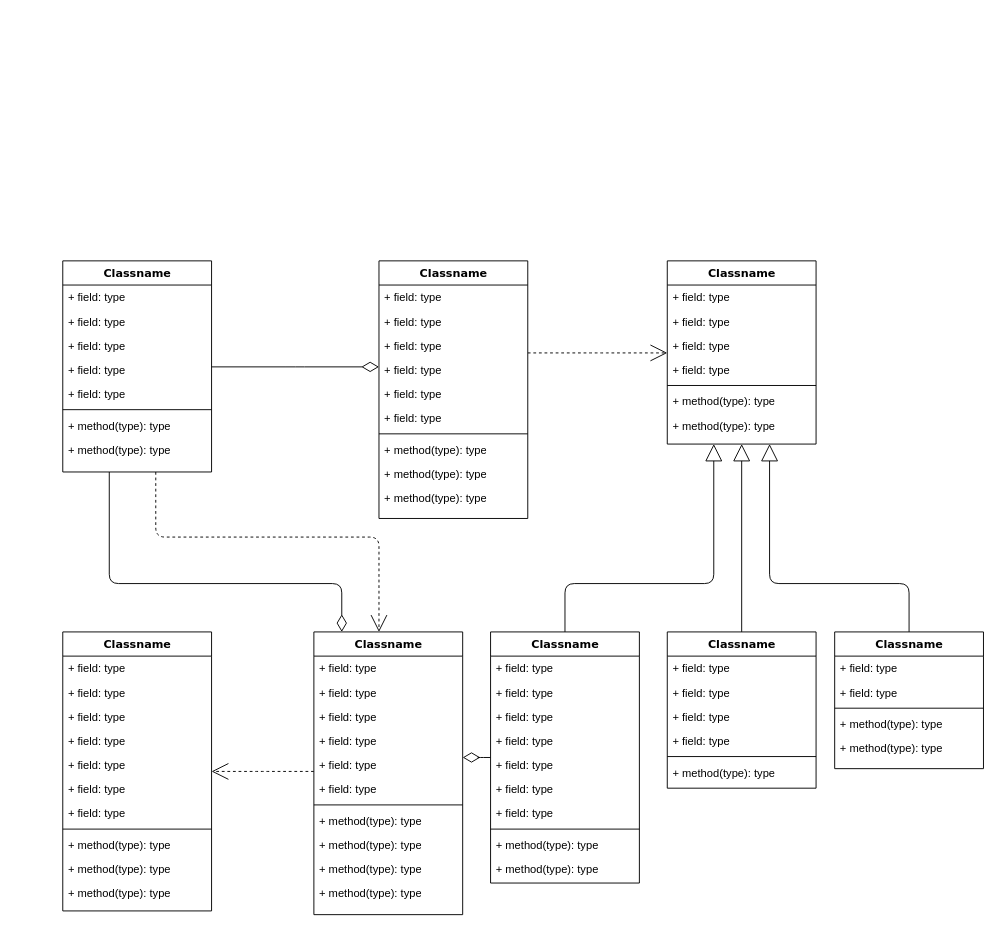
Earlier version of the draw.io diagram Untitled Diagram.drawio (komfysach/sachStudioTast). Source tidied: cells renumbered, new cells numbered last; positions are measured from the earlier drawing's top-left corner, leaving out a move shared by most shapes. Both pictures are drawn from the tidied source at 93%, with x=0, y=0 at pixel (62, 260).
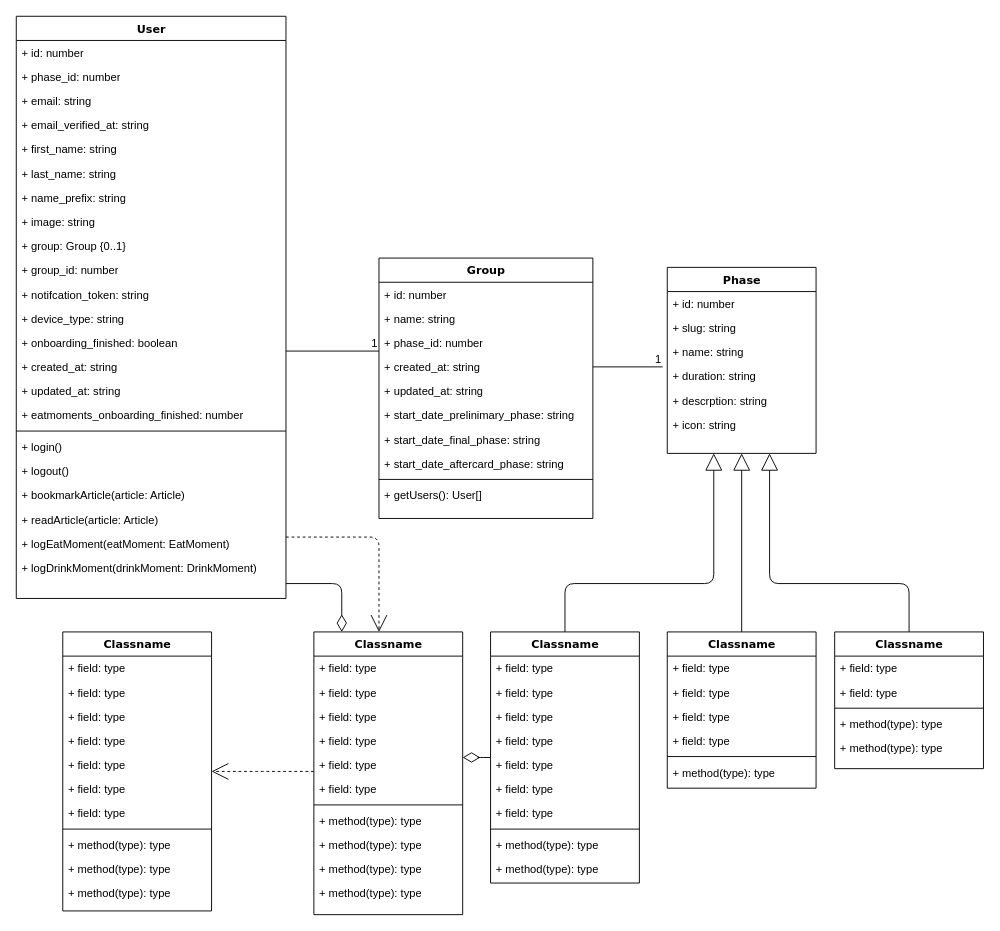
Above is the later version.

Commit message (it also covers changes not shown here):
Sachin_Lendis_UML_Class_Diagram

Diff of the diagram source:
```diff
@@
-    <mxCell id="4" value="Classname" style="swimlane;html=1;fontStyle=1;align=center;verticalAlign=top;horizontal=1;startSize=26;swimlaneFillColor=#ffffff;rounded=0;shadow=0;comic=0;labelBackgroundColor=none;strokeWidth=1;fillColor=none;fontFamily=Verdana;fontSize=12;" parent="1" vertex="1">
-      <mxGeometry width="160" height="227" as="geometry" />
+    <mxCell id="4" value="User" style="swimlane;html=1;fontStyle=1;align=center;verticalAlign=top;horizontal=1;startSize=26;swimlaneFillColor=#ffffff;rounded=0;shadow=0;comic=0;labelBackgroundColor=none;strokeWidth=1;fillColor=none;fontFamily=Verdana;fontSize=12;" parent="1" vertex="1">
+      <mxGeometry x="-50" y="-263" width="290" height="626" as="geometry" />
     </mxCell>
-    <mxCell id="5" value="+ field: type" style="text;html=1;strokeColor=none;fillColor=none;align=left;verticalAlign=top;spacingLeft=4;spacingRight=4;whiteSpace=wrap;overflow=hidden;" parent="4" vertex="1">
-      <mxGeometry y="26" width="160" height="26" as="geometry" />
+    <mxCell id="5" value="+ id: number" style="text;html=1;strokeColor=none;fillColor=none;align=left;verticalAlign=top;spacingLeft=4;spacingRight=4;whiteSpace=wrap;overflow=hidden;" parent="4" vertex="1">
+      <mxGeometry y="26" width="290" height="26" as="geometry" />
     </mxCell>
-    <mxCell id="6" value="+ field: type" style="text;html=1;strokeColor=none;fillColor=none;align=left;verticalAlign=top;spacingLeft=4;spacingRight=4;whiteSpace=wrap;overflow=hidden;" parent="4" vertex="1">
-      <mxGeometry y="52" width="160" height="26" as="geometry" />
+    <mxCell id="6" value="+ phase_id: number" style="text;html=1;strokeColor=none;fillColor=none;align=left;verticalAlign=top;spacingLeft=4;spacingRight=4;whiteSpace=wrap;overflow=hidden;" parent="4" vertex="1">
+      <mxGeometry y="52" width="290" height="26" as="geometry" />
     </mxCell>
-    <mxCell id="7" value="+ field: type" style="text;html=1;strokeColor=none;fillColor=none;align=left;verticalAlign=top;spacingLeft=4;spacingRight=4;whiteSpace=wrap;overflow=hidden;" parent="4" vertex="1">
-      <mxGeometry y="78" width="160" height="26" as="geometry" />
+    <mxCell id="7" value="+ email: string" style="text;html=1;strokeColor=none;fillColor=none;align=left;verticalAlign=top;spacingLeft=4;spacingRight=4;whiteSpace=wrap;overflow=hidden;" parent="4" vertex="1">
+      <mxGeometry y="78" width="290" height="26" as="geometry" />
     </mxCell>
-    <mxCell id="8" value="+ field: type" style="text;html=1;strokeColor=none;fillColor=none;align=left;verticalAlign=top;spacingLeft=4;spacingRight=4;whiteSpace=wrap;overflow=hidden;" parent="4" vertex="1">
-      <mxGeometry y="104" width="160" height="26" as="geometry" />
+    <mxCell id="8" value="+ email_verified_at: string" style="text;html=1;strokeColor=none;fillColor=none;align=left;verticalAlign=top;spacingLeft=4;spacingRight=4;whiteSpace=wrap;overflow=hidden;" parent="4" vertex="1">
+      <mxGeometry y="104" width="290" height="26" as="geometry" />
     </mxCell>
-    <mxCell id="9" value="+ field: type" style="text;html=1;strokeColor=none;fillColor=none;align=left;verticalAlign=top;spacingLeft=4;spacingRight=4;whiteSpace=wrap;overflow=hidden;" parent="4" vertex="1">
-      <mxGeometry y="130" width="160" height="26" as="geometry" />
+    <mxCell id="9" value="+ first_name: string" style="text;html=1;strokeColor=none;fillColor=none;align=left;verticalAlign=top;spacingLeft=4;spacingRight=4;whiteSpace=wrap;overflow=hidden;" parent="4" vertex="1">
+      <mxGeometry y="130" width="290" height="26" as="geometry" />
     </mxCell>
+    <mxCell id="87" value="+ last_name: string" style="text;html=1;strokeColor=none;fillColor=none;align=left;verticalAlign=top;spacingLeft=4;spacingRight=4;whiteSpace=wrap;overflow=hidden;" parent="4" vertex="1">
+      <mxGeometry y="156" width="290" height="26" as="geometry" />
+    </mxCell>
+    <mxCell id="88" value="+ name_prefix: string" style="text;html=1;strokeColor=none;fillColor=none;align=left;verticalAlign=top;spacingLeft=4;spacingRight=4;whiteSpace=wrap;overflow=hidden;" parent="4" vertex="1">
+      <mxGeometry y="182" width="290" height="26" as="geometry" />
+    </mxCell>
+    <mxCell id="89" value="+ image: string" style="text;html=1;strokeColor=none;fillColor=none;align=left;verticalAlign=top;spacingLeft=4;spacingRight=4;whiteSpace=wrap;overflow=hidden;" parent="4" vertex="1">
+      <mxGeometry y="208" width="290" height="26" as="geometry" />
+    </mxCell>
+    <mxCell id="90" value="+ group: Group {0..1}" style="text;html=1;strokeColor=none;fillColor=none;align=left;verticalAlign=top;spacingLeft=4;spacingRight=4;whiteSpace=wrap;overflow=hidden;" parent="4" vertex="1">
+      <mxGeometry y="234" width="290" height="26" as="geometry" />
+    </mxCell>
+    <mxCell id="91" value="+ group_id: number" style="text;html=1;strokeColor=none;fillColor=none;align=left;verticalAlign=top;spacingLeft=4;spacingRight=4;whiteSpace=wrap;overflow=hidden;" parent="4" vertex="1">
+      <mxGeometry y="260" width="290" height="26" as="geometry" />
+    </mxCell>
+    <mxCell id="92" value="+ notifcation_token: string" style="text;html=1;strokeColor=none;fillColor=none;align=left;verticalAlign=top;spacingLeft=4;spacingRight=4;whiteSpace=wrap;overflow=hidden;" parent="4" vertex="1">
+      <mxGeometry y="286" width="290" height="26" as="geometry" />
+    </mxCell>
+    <mxCell id="93" value="+ device_type: string" style="text;html=1;strokeColor=none;fillColor=none;align=left;verticalAlign=top;spacingLeft=4;spacingRight=4;whiteSpace=wrap;overflow=hidden;" parent="4" vertex="1">
+      <mxGeometry y="312" width="290" height="26" as="geometry" />
+    </mxCell>
+    <mxCell id="94" value="+ onboarding_finished: boolean" style="text;html=1;strokeColor=none;fillColor=none;align=left;verticalAlign=top;spacingLeft=4;spacingRight=4;whiteSpace=wrap;overflow=hidden;" parent="4" vertex="1">
+      <mxGeometry y="338" width="290" height="26" as="geometry" />
+    </mxCell>
+    <mxCell id="95" value="+ created_at: string" style="text;html=1;strokeColor=none;fillColor=none;align=left;verticalAlign=top;spacingLeft=4;spacingRight=4;whiteSpace=wrap;overflow=hidden;" parent="4" vertex="1">
+      <mxGeometry y="364" width="290" height="26" as="geometry" />
+    </mxCell>
+    <mxCell id="96" value="+ updated_at: string" style="text;html=1;strokeColor=none;fillColor=none;align=left;verticalAlign=top;spacingLeft=4;spacingRight=4;whiteSpace=wrap;overflow=hidden;" parent="4" vertex="1">
+      <mxGeometry y="390" width="290" height="26" as="geometry" />
+    </mxCell>
+    <mxCell id="97" value="+ eatmoments_onboarding_finished: number" style="text;html=1;strokeColor=none;fillColor=none;align=left;verticalAlign=top;spacingLeft=4;spacingRight=4;whiteSpace=wrap;overflow=hidden;" parent="4" vertex="1">
+      <mxGeometry y="416" width="290" height="26" as="geometry" />
+    </mxCell>
     <mxCell id="10" style="line;html=1;strokeWidth=1;fillColor=none;align=left;verticalAlign=middle;spacingTop=-1;spacingLeft=3;spacingRight=3;labelPosition=right;" parent="4" vertex="1">
-      <mxGeometry y="156" width="160" height="8" as="geometry" />
+      <mxGeometry y="442" width="290" height="8" as="geometry" />
     </mxCell>
+    <mxCell id="12" value="+ login()" style="text;html=1;strokeColor=none;fillColor=none;align=left;verticalAlign=top;spacingLeft=4;spacingRight=4;whiteSpace=wrap;overflow=hidden;" parent="4" vertex="1">
+      <mxGeometry y="450" width="290" height="26" as="geometry" />
+    </mxCell>
-    <mxCell id="11" value="+ method(type): type" style="text;html=1;strokeColor=none;fillColor=none;align=left;verticalAlign=top;spacingLeft=4;spacingRight=4;whiteSpace=wrap;overflow=hidden;" parent="4" vertex="1">
-      <mxGeometry y="164" width="160" height="26" as="geometry" />
+    <mxCell id="11" value="+ logout()" style="text;html=1;strokeColor=none;fillColor=none;align=left;verticalAlign=top;spacingLeft=4;spacingRight=4;whiteSpace=wrap;overflow=hidden;" parent="4" vertex="1">
+      <mxGeometry y="476" width="290" height="26" as="geometry" />
     </mxCell>
-    <mxCell id="12" value="+ method(type): type" style="text;html=1;strokeColor=none;fillColor=none;align=left;verticalAlign=top;spacingLeft=4;spacingRight=4;whiteSpace=wrap;overflow=hidden;" parent="4" vertex="1">
-      <mxGeometry y="190" width="160" height="26" as="geometry" />
-    </mxCell>
-    <mxCell id="13" style="edgeStyle=elbowEdgeStyle;html=1;labelBackgroundColor=none;startFill=0;startSize=8;endArrow=open;endFill=0;endSize=16;fontFamily=Verdana;fontSize=12;elbow=vertical;dashed=1;" parent="1" edge="1" source="14" target="25">
-      <mxGeometry relative="1" as="geometry" />
-    </mxCell>
+    <mxCell id="98" value="+ bookmarkArticle(article: Article)" style="text;html=1;strokeColor=none;fillColor=none;align=left;verticalAlign=top;spacingLeft=4;spacingRight=4;whiteSpace=wrap;overflow=hidden;" parent="4" vertex="1">
+      <mxGeometry y="502" width="290" height="26" as="geometry" />
+    </mxCell>
+    <mxCell id="99" value="+ readArticle(article: Article)" style="text;html=1;strokeColor=none;fillColor=none;align=left;verticalAlign=top;spacingLeft=4;spacingRight=4;whiteSpace=wrap;overflow=hidden;" parent="4" vertex="1">
+      <mxGeometry y="528" width="290" height="26" as="geometry" />
+    </mxCell>
+    <mxCell id="100" value="+ logEatMoment(eatMoment: EatMoment)" style="text;html=1;strokeColor=none;fillColor=none;align=left;verticalAlign=top;spacingLeft=4;spacingRight=4;whiteSpace=wrap;overflow=hidden;" parent="4" vertex="1">
+      <mxGeometry y="554" width="290" height="26" as="geometry" />
+    </mxCell>
+    <mxCell id="101" value="+ logDrinkMoment(drinkMoment: DrinkMoment)" style="text;html=1;strokeColor=none;fillColor=none;align=left;verticalAlign=top;spacingLeft=4;spacingRight=4;whiteSpace=wrap;overflow=hidden;" parent="4" vertex="1">
+      <mxGeometry y="580" width="290" height="26" as="geometry" />
+    </mxCell>
-    <mxCell id="14" value="Classname" style="swimlane;html=1;fontStyle=1;align=center;verticalAlign=top;horizontal=1;startSize=26;swimlaneFillColor=#ffffff;rounded=0;shadow=0;comic=0;labelBackgroundColor=none;strokeWidth=1;fillColor=none;fontFamily=Verdana;fontSize=12;" parent="1" vertex="1">
-      <mxGeometry x="340" width="160" height="277" as="geometry" />
+    <mxCell id="14" value="Group" style="swimlane;html=1;fontStyle=1;align=center;verticalAlign=top;horizontal=1;startSize=26;swimlaneFillColor=#ffffff;rounded=0;shadow=0;comic=0;labelBackgroundColor=none;strokeWidth=1;fillColor=none;fontFamily=Verdana;fontSize=12;strokeColor=default;swimlaneLine=1;" parent="1" vertex="1">
+      <mxGeometry x="340" y="-3" width="230" height="280" as="geometry" />
     </mxCell>
-    <mxCell id="15" value="+ field: type" style="text;html=1;strokeColor=none;fillColor=none;align=left;verticalAlign=top;spacingLeft=4;spacingRight=4;whiteSpace=wrap;overflow=hidden;" parent="14" vertex="1">
-      <mxGeometry y="26" width="160" height="26" as="geometry" />
+    <mxCell id="15" value="+ id: number" style="text;html=1;strokeColor=none;fillColor=none;align=left;verticalAlign=top;spacingLeft=4;spacingRight=4;whiteSpace=wrap;overflow=hidden;" parent="14" vertex="1">
+      <mxGeometry y="26" width="230" height="26" as="geometry" />
     </mxCell>
-    <mxCell id="16" value="+ field: type" style="text;html=1;strokeColor=none;fillColor=none;align=left;verticalAlign=top;spacingLeft=4;spacingRight=4;whiteSpace=wrap;overflow=hidden;" parent="14" vertex="1">
-      <mxGeometry y="52" width="160" height="26" as="geometry" />
+    <mxCell id="16" value="+ name: string" style="text;html=1;strokeColor=none;fillColor=none;align=left;verticalAlign=top;spacingLeft=4;spacingRight=4;whiteSpace=wrap;overflow=hidden;" parent="14" vertex="1">
+      <mxGeometry y="52" width="230" height="26" as="geometry" />
     </mxCell>
-    <mxCell id="17" value="+ field: type" style="text;html=1;strokeColor=none;fillColor=none;align=left;verticalAlign=top;spacingLeft=4;spacingRight=4;whiteSpace=wrap;overflow=hidden;" parent="14" vertex="1">
-      <mxGeometry y="78" width="160" height="26" as="geometry" />
+    <mxCell id="17" value="+ phase_id: number" style="text;html=1;strokeColor=none;fillColor=none;align=left;verticalAlign=top;spacingLeft=4;spacingRight=4;whiteSpace=wrap;overflow=hidden;" parent="14" vertex="1">
+      <mxGeometry y="78" width="230" height="26" as="geometry" />
     </mxCell>
-    <mxCell id="18" value="+ field: type" style="text;html=1;strokeColor=none;fillColor=none;align=left;verticalAlign=top;spacingLeft=4;spacingRight=4;whiteSpace=wrap;overflow=hidden;" parent="14" vertex="1">
-      <mxGeometry y="104" width="160" height="26" as="geometry" />
+    <mxCell id="18" value="+ created_at: string" style="text;html=1;strokeColor=none;fillColor=none;align=left;verticalAlign=top;spacingLeft=4;spacingRight=4;whiteSpace=wrap;overflow=hidden;" parent="14" vertex="1">
+      <mxGeometry y="104" width="230" height="26" as="geometry" />
     </mxCell>
-    <mxCell id="19" value="+ field: type" style="text;html=1;strokeColor=none;fillColor=none;align=left;verticalAlign=top;spacingLeft=4;spacingRight=4;whiteSpace=wrap;overflow=hidden;" parent="14" vertex="1">
-      <mxGeometry y="130" width="160" height="26" as="geometry" />
+    <mxCell id="19" value="+ updated_at: string" style="text;html=1;strokeColor=none;fillColor=none;align=left;verticalAlign=top;spacingLeft=4;spacingRight=4;whiteSpace=wrap;overflow=hidden;" parent="14" vertex="1">
+      <mxGeometry y="130" width="230" height="26" as="geometry" />
     </mxCell>
-    <mxCell id="20" value="+ field: type" style="text;html=1;strokeColor=none;fillColor=none;align=left;verticalAlign=top;spacingLeft=4;spacingRight=4;whiteSpace=wrap;overflow=hidden;" parent="14" vertex="1">
-      <mxGeometry y="156" width="160" height="26" as="geometry" />
+    <mxCell id="20" value="+ start_date_prelinimary_phase: string" style="text;html=1;strokeColor=none;fillColor=none;align=left;verticalAlign=top;spacingLeft=4;spacingRight=4;whiteSpace=wrap;overflow=hidden;" parent="14" vertex="1">
+      <mxGeometry y="156" width="230" height="26" as="geometry" />
     </mxCell>
+    <mxCell id="102" value="+ start_date_final_phase: string" style="text;html=1;strokeColor=none;fillColor=none;align=left;verticalAlign=top;spacingLeft=4;spacingRight=4;whiteSpace=wrap;overflow=hidden;" parent="14" vertex="1">
+      <mxGeometry y="182" width="230" height="26" as="geometry" />
+    </mxCell>
+    <mxCell id="103" value="+ start_date_aftercard_phase: string" style="text;html=1;strokeColor=none;fillColor=none;align=left;verticalAlign=top;spacingLeft=4;spacingRight=4;whiteSpace=wrap;overflow=hidden;" parent="14" vertex="1">
+      <mxGeometry y="208" width="230" height="26" as="geometry" />
+    </mxCell>
     <mxCell id="21" style="line;html=1;strokeWidth=1;fillColor=none;align=left;verticalAlign=middle;spacingTop=-1;spacingLeft=3;spacingRight=3;labelPosition=right;" parent="14" vertex="1">
-      <mxGeometry y="182" width="160" height="8" as="geometry" />
+      <mxGeometry y="234" width="230" height="8" as="geometry" />
     </mxCell>
-    <mxCell id="22" value="+ method(type): type" style="text;html=1;strokeColor=none;fillColor=none;align=left;verticalAlign=top;spacingLeft=4;spacingRight=4;whiteSpace=wrap;overflow=hidden;" parent="14" vertex="1">
-      <mxGeometry y="190" width="160" height="26" as="geometry" />
+    <mxCell id="22" value="+ getUsers(): User[]" style="text;html=1;strokeColor=none;fillColor=none;align=left;verticalAlign=top;spacingLeft=4;spacingRight=4;whiteSpace=wrap;overflow=hidden;" parent="14" vertex="1">
+      <mxGeometry y="242" width="230" height="26" as="geometry" />
     </mxCell>
-    <mxCell id="23" value="+ method(type): type" style="text;html=1;strokeColor=none;fillColor=none;align=left;verticalAlign=top;spacingLeft=4;spacingRight=4;whiteSpace=wrap;overflow=hidden;" parent="14" vertex="1">
-      <mxGeometry y="216" width="160" height="26" as="geometry" />
-    </mxCell>
-    <mxCell id="24" value="+ method(type): type" style="text;html=1;strokeColor=none;fillColor=none;align=left;verticalAlign=top;spacingLeft=4;spacingRight=4;whiteSpace=wrap;overflow=hidden;" parent="14" vertex="1">
-      <mxGeometry y="242" width="160" height="26" as="geometry" />
-    </mxCell>
-    <mxCell id="25" value="Classname" style="swimlane;html=1;fontStyle=1;align=center;verticalAlign=top;horizontal=1;startSize=26;swimlaneFillColor=#ffffff;rounded=0;shadow=0;comic=0;labelBackgroundColor=none;strokeWidth=1;fillColor=none;fontFamily=Verdana;fontSize=12;" parent="1" vertex="1">
-      <mxGeometry x="650" width="160" height="197" as="geometry" />
+    <mxCell id="25" value="Phase" style="swimlane;html=1;fontStyle=1;align=center;verticalAlign=top;horizontal=1;startSize=26;swimlaneFillColor=#ffffff;rounded=0;shadow=0;comic=0;labelBackgroundColor=none;strokeWidth=1;fillColor=none;fontFamily=Verdana;fontSize=12;" parent="1" vertex="1">
+      <mxGeometry x="650" y="7" width="160" height="200" as="geometry" />
     </mxCell>
-    <mxCell id="26" value="+ field: type" style="text;html=1;strokeColor=none;fillColor=none;align=left;verticalAlign=top;spacingLeft=4;spacingRight=4;whiteSpace=wrap;overflow=hidden;" parent="25" vertex="1">
+    <mxCell id="26" value="+ id: number" style="text;html=1;strokeColor=none;fillColor=none;align=left;verticalAlign=top;spacingLeft=4;spacingRight=4;whiteSpace=wrap;overflow=hidden;" parent="25" vertex="1">
       <mxGeometry y="26" width="160" height="26" as="geometry" />
     </mxCell>
-    <mxCell id="27" value="+ field: type" style="text;html=1;strokeColor=none;fillColor=none;align=left;verticalAlign=top;spacingLeft=4;spacingRight=4;whiteSpace=wrap;overflow=hidden;" parent="25" vertex="1">
+    <mxCell id="27" value="+ slug: string" style="text;html=1;strokeColor=none;fillColor=none;align=left;verticalAlign=top;spacingLeft=4;spacingRight=4;whiteSpace=wrap;overflow=hidden;" parent="25" vertex="1">
       <mxGeometry y="52" width="160" height="26" as="geometry" />
     </mxCell>
-    <mxCell id="28" value="+ field: type" style="text;html=1;strokeColor=none;fillColor=none;align=left;verticalAlign=top;spacingLeft=4;spacingRight=4;whiteSpace=wrap;overflow=hidden;" parent="25" vertex="1">
+    <mxCell id="28" value="+ name: string" style="text;html=1;strokeColor=none;fillColor=none;align=left;verticalAlign=top;spacingLeft=4;spacingRight=4;whiteSpace=wrap;overflow=hidden;" parent="25" vertex="1">
       <mxGeometry y="78" width="160" height="26" as="geometry" />
     </mxCell>
+    <mxCell id="104" style="endArrow=none;html=1;rounded=0;entryX=-0.031;entryY=0.115;entryDx=0;entryDy=0;entryPerimeter=0;" parent="25" edge="1" target="29">
+      <mxGeometry relative="1" as="geometry">
+        <mxPoint x="-80" y="107" as="sourcePoint" />
+      </mxGeometry>
+    </mxCell>
+    <mxCell id="105" value="1" style="html=1;whiteSpace=wrap;align=right;verticalAlign=bottom;" parent="104" vertex="1">
+      <mxGeometry x="1" relative="1" as="geometry" />
+    </mxCell>
-    <mxCell id="29" value="+ field: type" style="text;html=1;strokeColor=none;fillColor=none;align=left;verticalAlign=top;spacingLeft=4;spacingRight=4;whiteSpace=wrap;overflow=hidden;points=[[0,0.5],[1,0.5]];portConstraint=eastwest;" parent="25" vertex="1">
+    <mxCell id="29" value="+ duration: string" style="text;html=1;strokeColor=none;fillColor=none;align=left;verticalAlign=top;spacingLeft=4;spacingRight=4;whiteSpace=wrap;overflow=hidden;points=[[0,0.5],[1,0.5]];portConstraint=eastwest;" parent="25" vertex="1">
       <mxGeometry y="104" width="160" height="26" as="geometry" />
     </mxCell>
-    <mxCell id="30" style="line;html=1;strokeWidth=1;fillColor=none;align=left;verticalAlign=middle;spacingTop=-1;spacingLeft=3;spacingRight=3;labelPosition=right;" parent="25" vertex="1">
-      <mxGeometry y="130" width="160" height="8" as="geometry" />
-    </mxCell>
-    <mxCell id="31" value="+ method(type): type" style="text;html=1;strokeColor=none;fillColor=none;align=left;verticalAlign=top;spacingLeft=4;spacingRight=4;whiteSpace=wrap;overflow=hidden;" parent="25" vertex="1">
-      <mxGeometry y="138" width="160" height="26" as="geometry" />
-    </mxCell>
-    <mxCell id="32" value="+ method(type): type" style="text;html=1;strokeColor=none;fillColor=none;align=left;verticalAlign=top;spacingLeft=4;spacingRight=4;whiteSpace=wrap;overflow=hidden;" parent="25" vertex="1">
-      <mxGeometry y="164" width="160" height="26" as="geometry" />
-    </mxCell>
+    <mxCell id="106" value="+ descrption: string" style="text;html=1;strokeColor=none;fillColor=none;align=left;verticalAlign=top;spacingLeft=4;spacingRight=4;whiteSpace=wrap;overflow=hidden;" parent="25" vertex="1">
+      <mxGeometry y="130" width="160" height="26" as="geometry" />
+    </mxCell>
+    <mxCell id="107" value="+ icon: string" style="text;html=1;strokeColor=none;fillColor=none;align=left;verticalAlign=top;spacingLeft=4;spacingRight=4;whiteSpace=wrap;overflow=hidden;" parent="25" vertex="1">
+      <mxGeometry y="156" width="160" height="26" as="geometry" />
+    </mxCell>
@@
-    <mxCell id="86" style="edgeStyle=elbowEdgeStyle;html=1;labelBackgroundColor=none;startFill=0;startSize=8;endArrow=diamondThin;endFill=0;endSize=16;fontFamily=Verdana;fontSize=12;elbow=vertical;" parent="1" edge="1" source="4" target="14">
-      <mxGeometry relative="1" as="geometry" />
-    </mxCell>
+    <mxCell id="108" style="endArrow=none;html=1;rounded=0;" parent="1" edge="1">
+      <mxGeometry relative="1" as="geometry">
+        <mxPoint x="240" y="97" as="sourcePoint" />
+        <mxPoint x="340" y="97" as="targetPoint" />
+      </mxGeometry>
+    </mxCell>
+    <mxCell id="109" value="1" style="html=1;whiteSpace=wrap;align=right;verticalAlign=bottom;" parent="108" vertex="1">
+      <mxGeometry x="1" relative="1" as="geometry" />
+    </mxCell>
```
